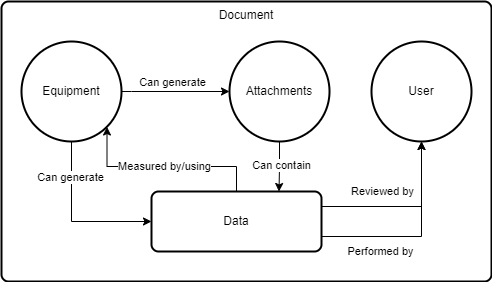
jrkerns/quaac keeps this draw.io diagram as docs/QuAAC_models.png. Above is the earlier version. Source tidied: cells renumbered, new cells last; positions are measured from the earlier drawing's top-left corner, leaving out a move shared by most shapes.
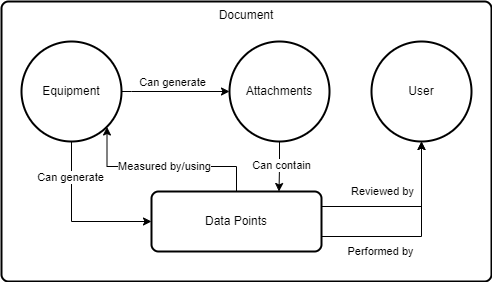
Above is the later version.

Diff of the diagram source:
```diff
@@ -24,7 +24,7 @@
         </Array>
       </mxGeometry>
     </mxCell>
-    <mxCell id="8" value="Data" style="rounded=1;whiteSpace=wrap;html=1;absoluteArcSize=1;arcSize=14;strokeWidth=2;" parent="1" vertex="1">
+    <mxCell id="8" value="Data Points" style="rounded=1;whiteSpace=wrap;html=1;absoluteArcSize=1;arcSize=14;strokeWidth=2;" parent="1" vertex="1">
       <mxGeometry x="150" y="190" width="170" height="60" as="geometry" />
     </mxCell>
     <mxCell id="9" value="User" style="strokeWidth=2;html=1;shape=mxgraph.flowchart.start_2;whiteSpace=wrap;" parent="1" vertex="1">
```
